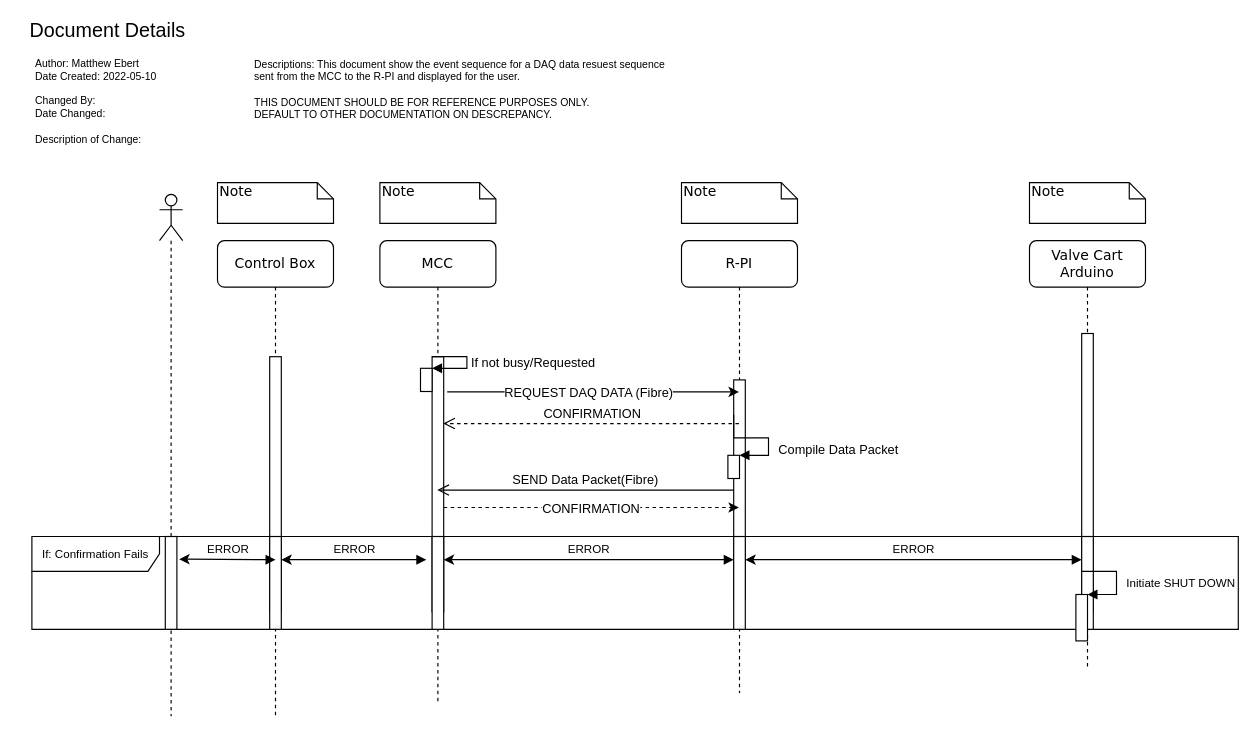
Before: requirements_design/REQUEST_DAQ_DATA_sequence.drawio in UVicRocketry/Hybrid-Controls-System, a draw.io diagram. Source tidied: cells renumbered, new cells numbered last; positions are measured from the earlier drawing's top-left corner, leaving out a move shared by most shapes. Both pictures are drawn from the tidied source at 116%, with x=0, y=0 at pixel (20, 20).
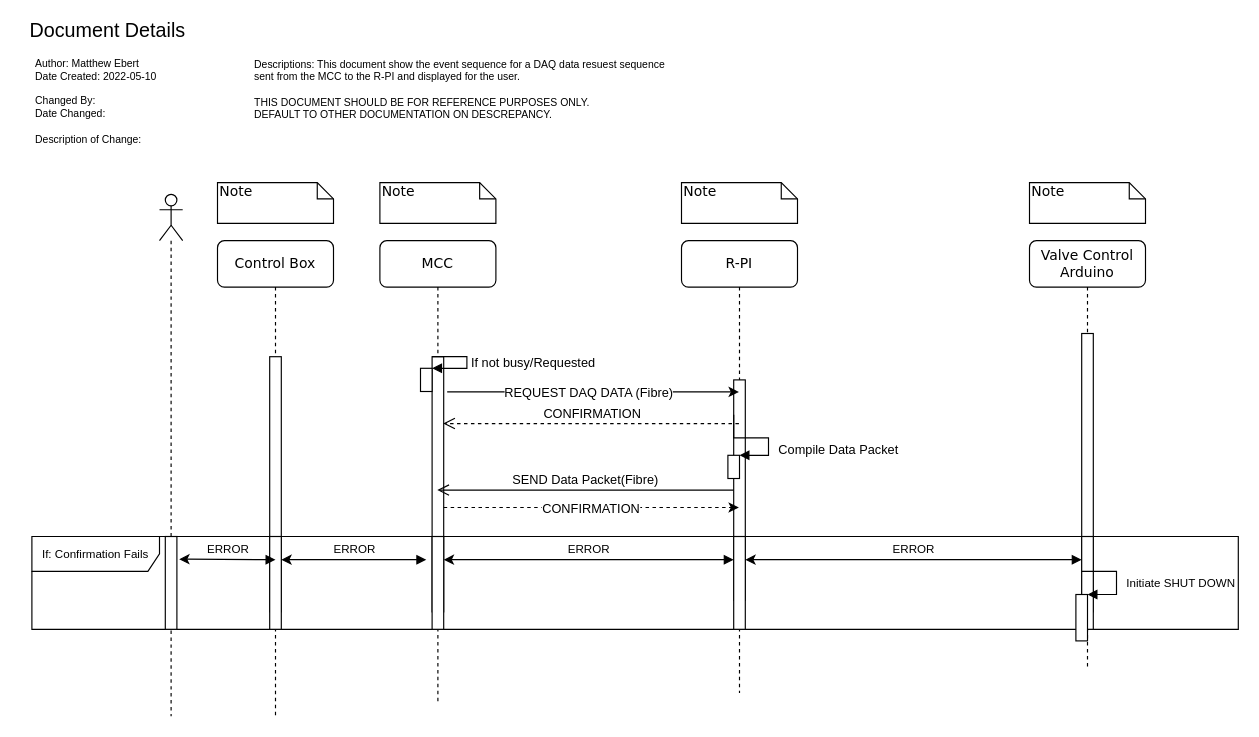
After the change.

The edit, as a diff of the source:
```diff
@@
-    <mxCell id="10" value="Valve Cart Arduino" style="shape=umlLifeline;perimeter=lifelinePerimeter;whiteSpace=wrap;html=1;rounded=1;shadow=0;comic=0;labelBackgroundColor=none;strokeWidth=1;fontFamily=Verdana;fontSize=12;align=center;" parent="1" vertex="1">
+    <mxCell id="10" value="Valve Control Arduino" style="shape=umlLifeline;perimeter=lifelinePerimeter;whiteSpace=wrap;html=1;rounded=1;shadow=0;comic=0;labelBackgroundColor=none;strokeWidth=1;fontFamily=Verdana;fontSize=12;align=center;" parent="1" vertex="1">
       <mxGeometry x="870" y="190" width="100" height="370" as="geometry" />
     </mxCell>
```
